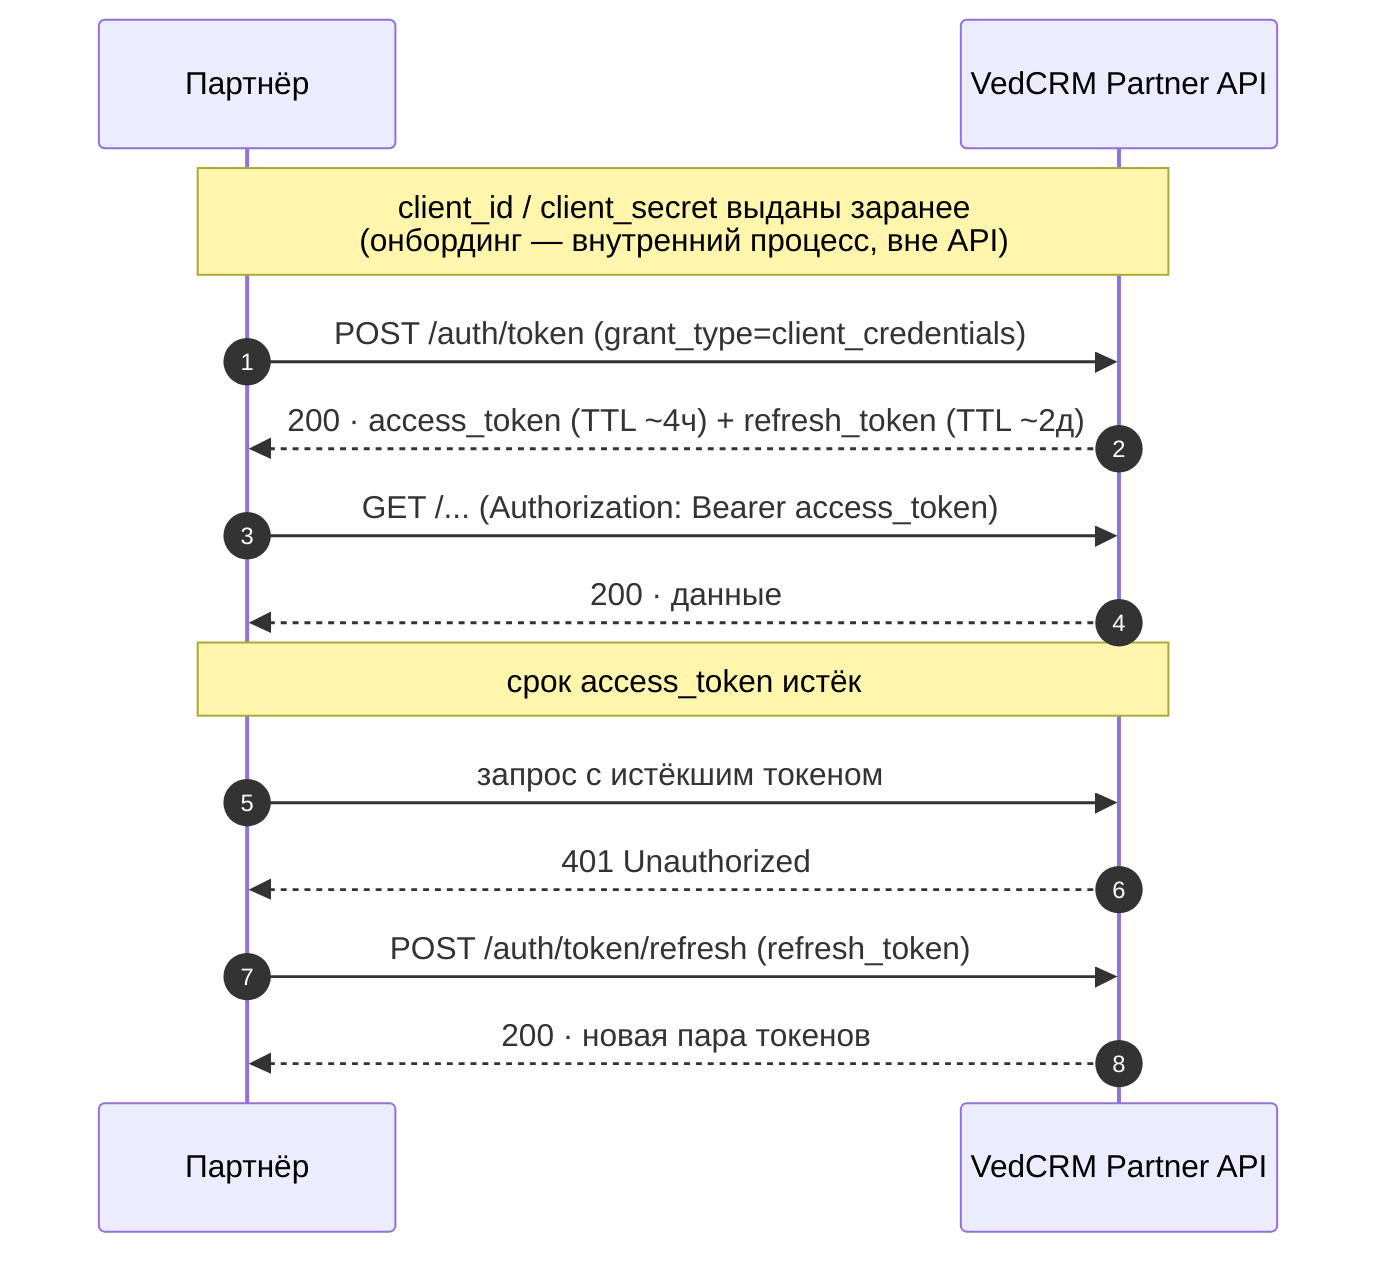
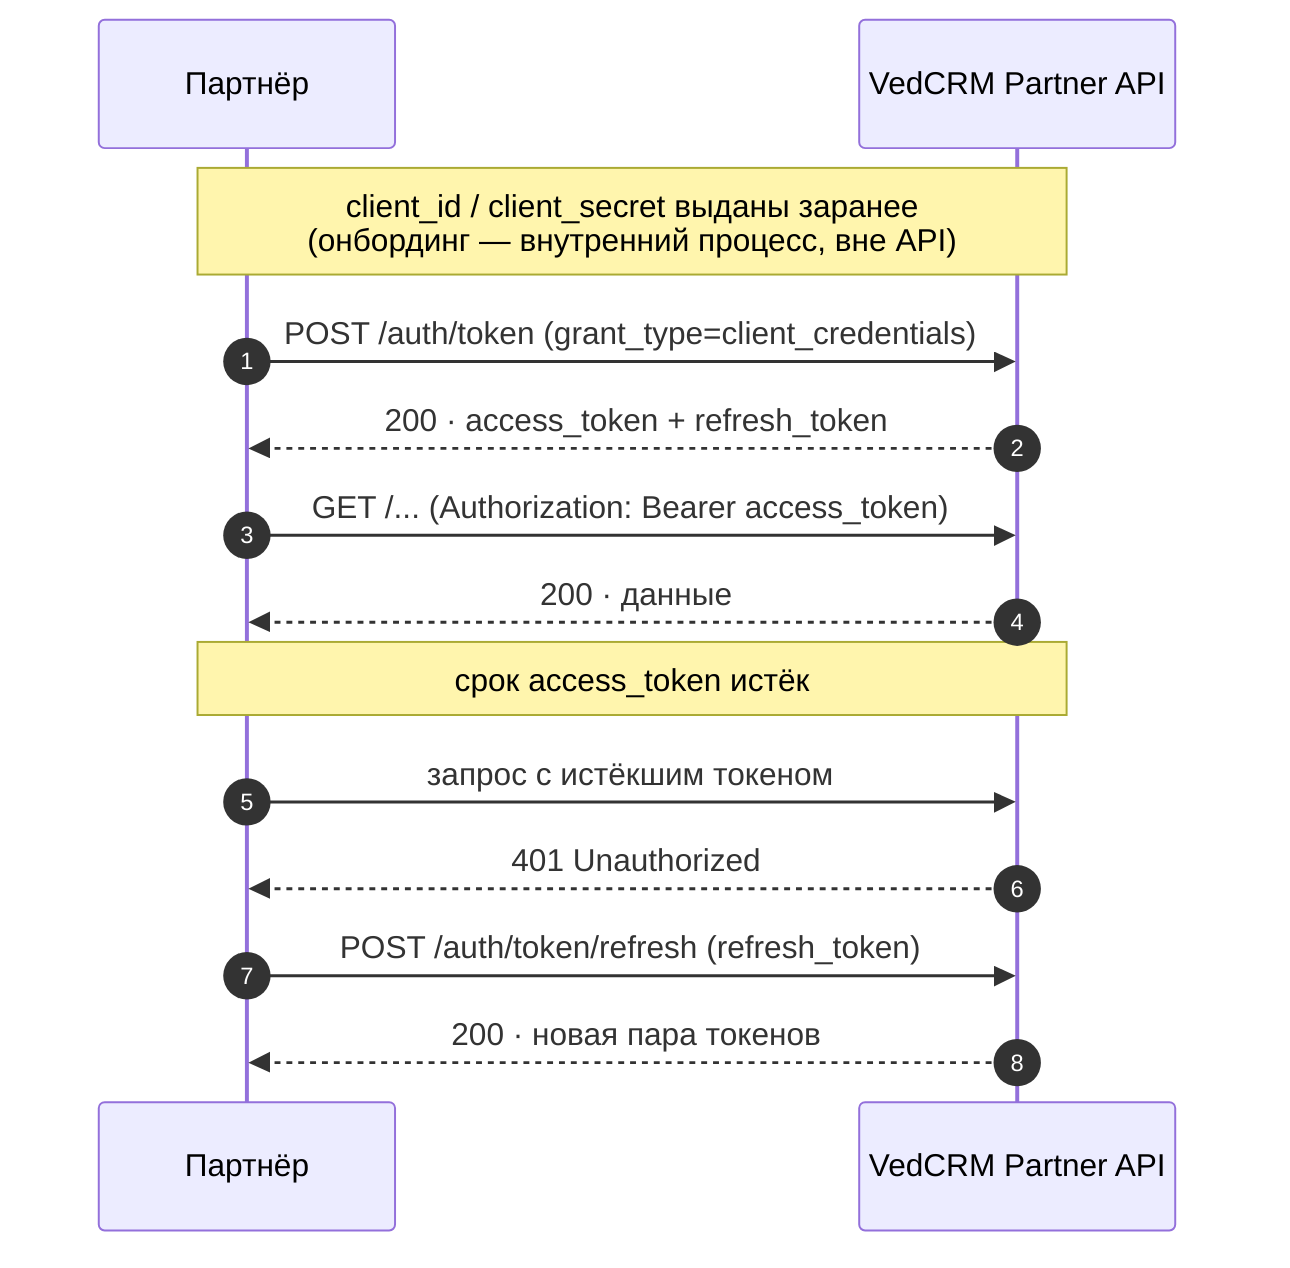
sequenceDiagram
    autonumber
    participant P as Партнёр
    participant API as VedCRM Partner API
    Note over P,API: client_id / client_secret выданы заранее<br/>(онбординг — внутренний процесс, вне API)
    P->>API: POST /auth/token (grant_type=client_credentials)
-     API-->>P: 200 · access_token (TTL ~4ч) + refresh_token (TTL ~2д)
+     API-->>P: 200 · access_token + refresh_token
    P->>API: GET /... (Authorization: Bearer access_token)
    API-->>P: 200 · данные
    Note over P,API: срок access_token истёк
    P->>API: запрос с истёкшим токеном
    API-->>P: 401 Unauthorized
    P->>API: POST /auth/token/refresh (refresh_token)
    API-->>P: 200 · новая пара токенов
